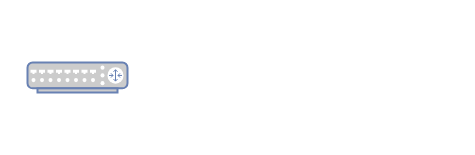
The draw.io diagram ceos-ixp.drawio in commitconfirmed/draw-io, before the edit. Source tidied: cells renumbered, new cells numbered last; positions are measured from the earlier drawing's top-left corner, leaving out a move shared by most shapes. Both pictures are drawn from the tidied source at 100%, with x=0, y=0 at pixel (27, 62).
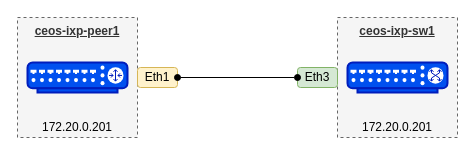
The same diagram, later.

Change to the diagram source:
```diff
@@
 <mxGraphModel>
   <root>
     <mxCell id="0" />
     <mxCell id="1" parent="0" />
+    <mxCell id="3" value="&lt;u&gt;&lt;b&gt;ceos-ixp-peer1&lt;/b&gt;&lt;/u&gt;" style="rounded=0;whiteSpace=wrap;html=1;dashed=1;fillColor=#f5f5f5;strokeColor=#666666;fontColor=#333333;labelPosition=center;verticalLabelPosition=middle;align=center;verticalAlign=top;spacingTop=0;" parent="1" vertex="1">
+      <mxGeometry x="-10" y="-45" width="120" height="120" as="geometry" />
+    </mxCell>
-    <mxCell id="2" style="fontColor=#0066CC;verticalAlign=top;verticalLabelPosition=bottom;labelPosition=center;align=center;html=1;fillColor=#CCCCCC;strokeColor=#6881B3;gradientColor=none;gradientDirection=north;strokeWidth=2;shape=mxgraph.networks.router;" parent="1" vertex="1">
+    <mxCell id="2" style="verticalAlign=top;verticalLabelPosition=bottom;labelPosition=center;align=center;html=1;fillColor=#0050ef;strokeColor=#001DBC;gradientDirection=north;strokeWidth=2;shape=mxgraph.networks.router;fontColor=#ffffff;" parent="1" vertex="1">
       <mxGeometry width="100" height="30" as="geometry" />
     </mxCell>
+    <mxCell id="4" value="Eth1" style="rounded=1;whiteSpace=wrap;html=1;fillColor=#fff2cc;strokeColor=#d6b656;" parent="1" vertex="1">
+      <mxGeometry x="110" y="5" width="40" height="20" as="geometry" />
+    </mxCell>
+    <mxCell id="5" value="172.20.0.201" style="text;html=1;align=center;verticalAlign=middle;whiteSpace=wrap;rounded=0;" parent="1" vertex="1">
+      <mxGeometry x="-10" y="55" width="120" height="20" as="geometry" />
+    </mxCell>
+    <mxCell id="6" value="&lt;u&gt;&lt;b&gt;ceos-ixp-sw1&lt;/b&gt;&lt;/u&gt;" style="rounded=0;whiteSpace=wrap;html=1;dashed=1;fillColor=#f5f5f5;strokeColor=#666666;fontColor=#333333;labelPosition=center;verticalLabelPosition=middle;align=center;verticalAlign=top;spacingTop=0;" parent="1" vertex="1">
+      <mxGeometry x="310" y="-45" width="120" height="120" as="geometry" />
+    </mxCell>
+    <mxCell id="7" value="Eth3" style="rounded=1;whiteSpace=wrap;html=1;fillColor=#d5e8d4;strokeColor=#82b366;" parent="1" vertex="1">
+      <mxGeometry x="270" y="5" width="40" height="20" as="geometry" />
+    </mxCell>
+    <mxCell id="8" value="172.20.0.201" style="text;html=1;align=center;verticalAlign=middle;whiteSpace=wrap;rounded=0;" parent="1" vertex="1">
+      <mxGeometry x="310" y="55" width="120" height="20" as="geometry" />
+    </mxCell>
+    <mxCell id="9" style="fontColor=#ffffff;verticalAlign=top;verticalLabelPosition=bottom;labelPosition=center;align=center;html=1;fillColor=#0050ef;strokeColor=#001DBC;gradientDirection=north;strokeWidth=2;shape=mxgraph.networks.switch;" parent="1" vertex="1">
+      <mxGeometry x="320" width="100" height="30" as="geometry" />
+    </mxCell>
+    <mxCell id="10" style="rounded=0;jettySize=auto;html=1;exitX=1;exitY=0.5;exitDx=0;exitDy=0;entryX=0;entryY=0.5;entryDx=0;entryDy=0;endArrow=oval;endFill=1;startArrow=oval;startFill=1;" parent="1" edge="1" source="4" target="7">
+      <mxGeometry relative="1" as="geometry" />
+    </mxCell>
   </root>
 </mxGraphModel>
```
